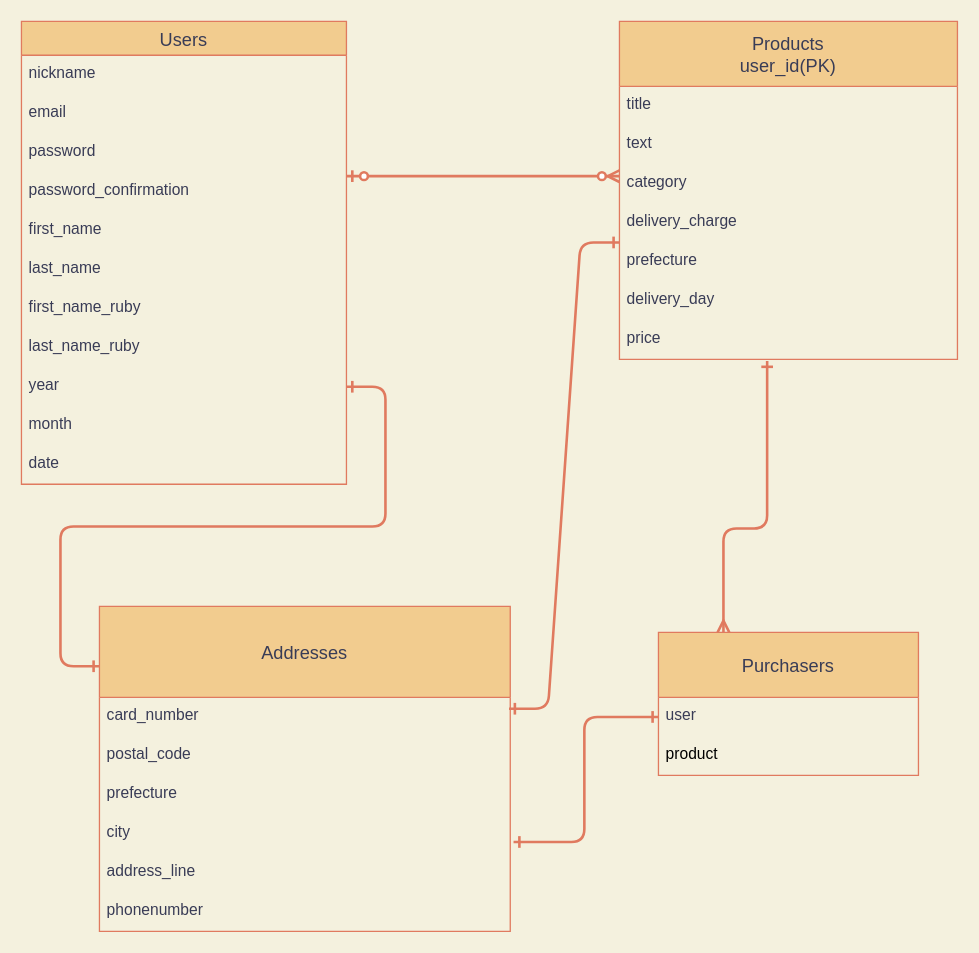
risaiwata/furima-35399 keeps this draw.io diagram as database_ER.dio. Above is the earlier version. Source tidied: cells renumbered, new cells numbered last; positions are measured from the earlier drawing's top-left corner, leaving out a move shared by most shapes. Both pictures are drawn from the tidied source at 130%, with x=0, y=0 at pixel (21, 21).
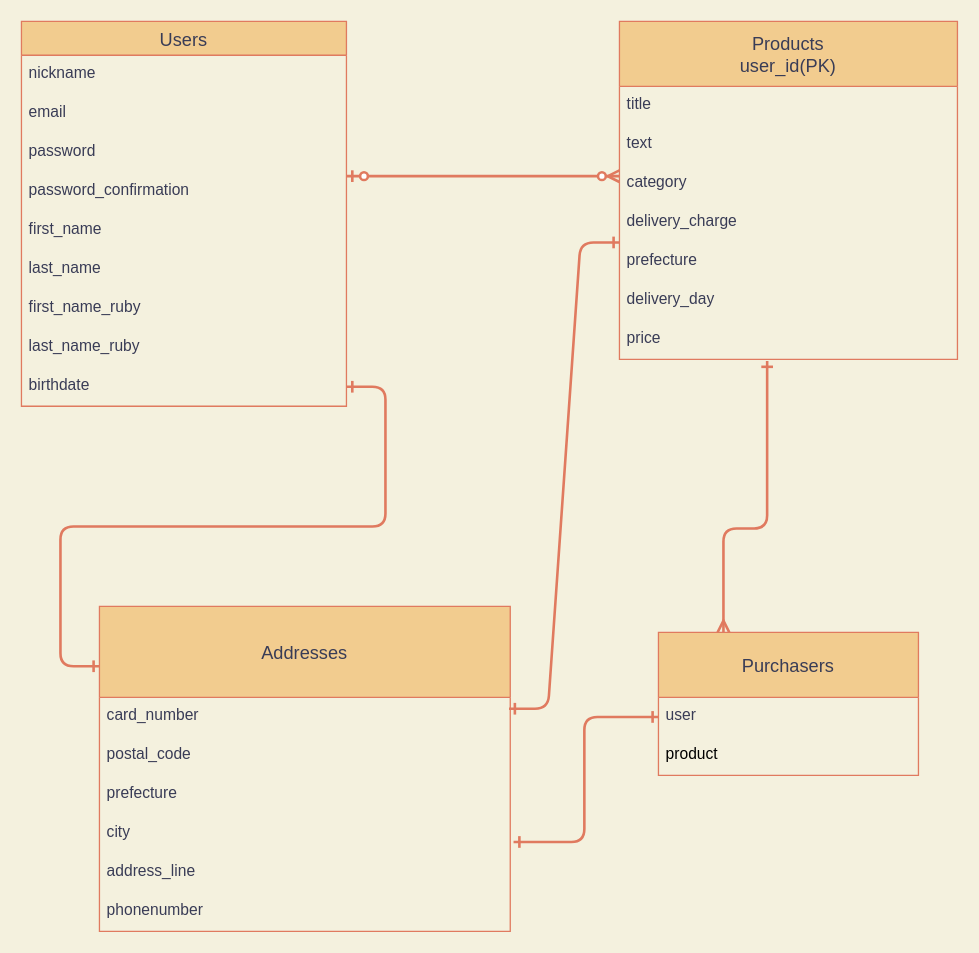
Above is the later version.

Commit message (it also covers changes not shown here):
データベース設計修正2

What changed in the source:
```diff
@@
     <mxCell id="2" value="Users" style="swimlane;fontStyle=0;horizontal=1;startSize=26;align=center;fontSize=14;rounded=0;sketch=0;strokeColor=#E07A5F;fillColor=#F2CC8F;fontColor=#393C56;" parent="1" vertex="1">
-      <mxGeometry width="250" height="356" as="geometry" />
+      <mxGeometry width="250" height="296" as="geometry" />
     </mxCell>
@@
-    <mxCell id="11" value="year" style="text;strokeColor=none;fillColor=none;spacingLeft=4;spacingRight=4;overflow=hidden;points=[[0,0.5],[1,0.5]];portConstraint=eastwest;fontSize=12;rounded=0;sketch=0;fontColor=#393C56;" parent="2" vertex="1">
+    <mxCell id="11" value="birthdate" style="text;strokeColor=none;fillColor=none;spacingLeft=4;spacingRight=4;overflow=hidden;points=[[0,0.5],[1,0.5]];portConstraint=eastwest;fontSize=12;rounded=0;sketch=0;fontColor=#393C56;" parent="2" vertex="1">
       <mxGeometry y="266" width="250" height="30" as="geometry" />
     </mxCell>
-    <mxCell id="12" value="month" style="text;strokeColor=none;fillColor=none;spacingLeft=4;spacingRight=4;overflow=hidden;fontSize=12;rounded=0;sketch=0;fontColor=#393C56;" parent="2" vertex="1">
-      <mxGeometry y="296" width="250" height="30" as="geometry" />
-    </mxCell>
-    <mxCell id="13" value="date" style="text;strokeColor=none;fillColor=none;spacingLeft=4;spacingRight=4;overflow=hidden;fontSize=12;rounded=0;sketch=0;fontColor=#393C56;" parent="2" vertex="1">
-      <mxGeometry y="326" width="250" height="30" as="geometry" />
-    </mxCell>
```
